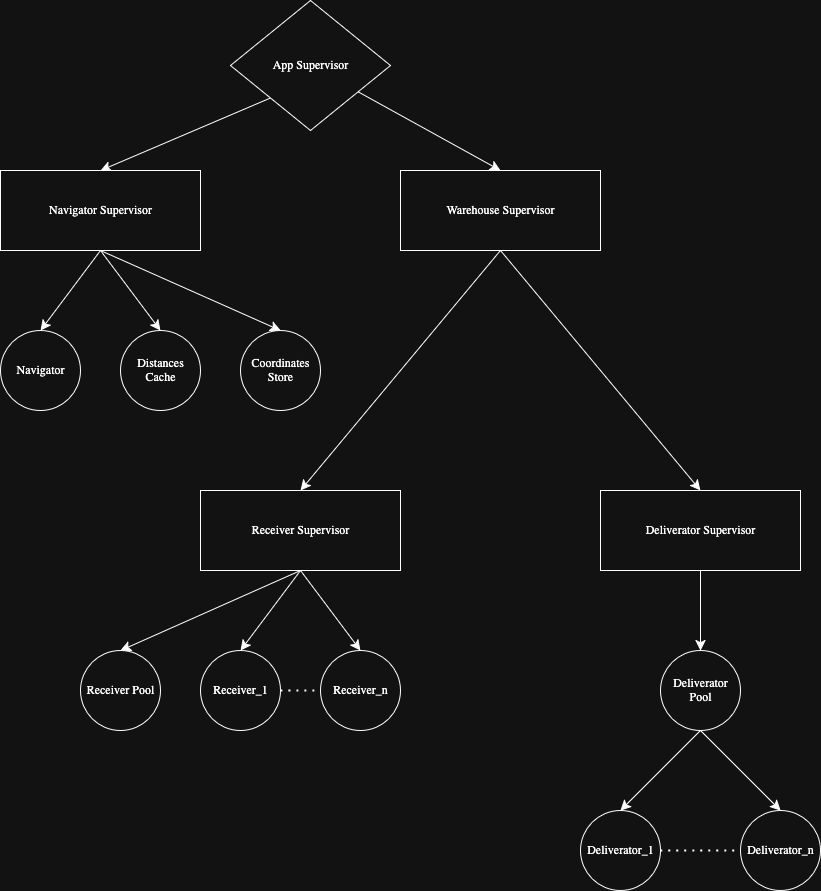
Earlier version of the draw.io export src/assets/cosanostra-supervision-tree.png (Athma-Vasi/cosanostra-delivery). Source tidied: cells renumbered, new cells last; positions are measured from the earlier drawing's top-left corner, leaving out a move shared by most shapes.
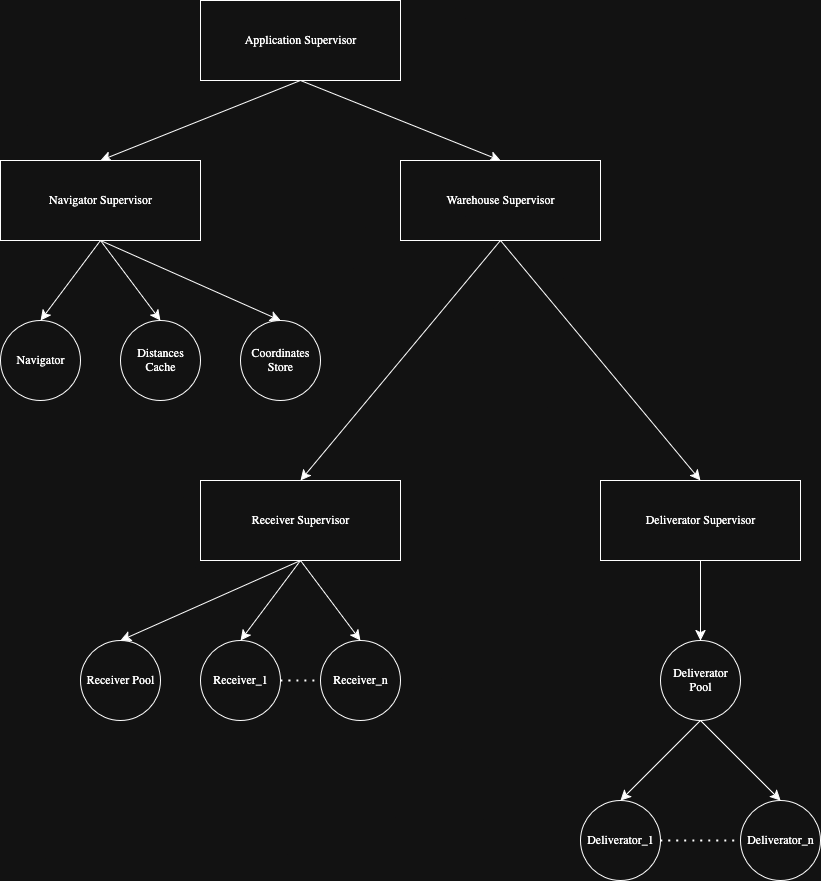
After the commit.

Commit message:
improve supervision tree diagram

Diff of the diagram source:
```diff
@@ -2,13 +2,13 @@
   <root>
     <mxCell id="0" />
     <mxCell id="1" parent="0" />
-    <mxCell id="2" style="endArrow=classic;html=1;rounded=0;fontSize=12;startSize=8;endSize=8;curved=1;exitX=0;exitY=1;exitDx=0;exitDy=0;entryX=0.5;entryY=0;entryDx=0;entryDy=0;" parent="1" edge="1" source="22" target="3">
+    <mxCell id="2" style="endArrow=classic;html=1;rounded=0;fontSize=12;startSize=8;endSize=8;curved=1;exitX=0.5;exitY=1;exitDx=0;exitDy=0;entryX=0.5;entryY=0;entryDx=0;entryDy=0;" parent="1" edge="1" source="31" target="3">
       <mxGeometry relative="1" as="geometry" />
     </mxCell>
     <mxCell id="3" value="Navigator Supervisor" style="rounded=0;whiteSpace=wrap;html=1;" parent="1" vertex="1">
       <mxGeometry y="170" width="200" height="80" as="geometry" />
     </mxCell>
-    <mxCell id="4" style="edgeStyle=none;curved=1;rounded=0;jettySize=auto;html=1;fontSize=12;startSize=8;endSize=8;entryX=0.5;entryY=0;entryDx=0;entryDy=0;" parent="1" edge="1" source="22" target="5">
+    <mxCell id="4" style="edgeStyle=none;curved=1;rounded=0;jettySize=auto;html=1;fontSize=12;startSize=8;endSize=8;entryX=0.5;entryY=0;entryDx=0;entryDy=0;exitX=0.5;exitY=1;exitDx=0;exitDy=0;" parent="1" edge="1" source="31" target="5">
       <mxGeometry relative="1" as="geometry" />
     </mxCell>
     <mxCell id="5" value="Warehouse Supervisor" style="rounded=0;whiteSpace=wrap;html=1;" parent="1" vertex="1">
@@ -62,9 +62,6 @@
     <mxCell id="21" style="endArrow=classic;html=1;rounded=0;fontSize=12;startSize=8;endSize=8;curved=1;entryX=0.5;entryY=0;entryDx=0;entryDy=0;exitX=0.5;exitY=1;exitDx=0;exitDy=0;" parent="1" edge="1" source="8" target="14">
       <mxGeometry relative="1" as="geometry" />
     </mxCell>
-    <mxCell id="22" value="App Supervisor" style="rhombus;whiteSpace=wrap;html=1;" parent="1" vertex="1">
-      <mxGeometry x="230" width="160" height="130" as="geometry" />
-    </mxCell>
     <mxCell id="23" value="Navigator" style="ellipse;whiteSpace=wrap;html=1;" parent="1" vertex="1">
       <mxGeometry y="330" width="80" height="80" as="geometry" />
     </mxCell>
@@ -89,5 +86,8 @@
     <mxCell id="30" style="endArrow=none;dashed=1;html=1;dashPattern=1 3;strokeWidth=2;rounded=0;fontSize=12;startSize=8;endSize=8;curved=1;entryX=0;entryY=0.5;entryDx=0;entryDy=0;exitX=1;exitY=0.5;exitDx=0;exitDy=0;" parent="1" edge="1" source="13" target="15">
       <mxGeometry relative="1" as="geometry" />
     </mxCell>
+    <mxCell id="31" value="Application Supervisor" style="rounded=0;whiteSpace=wrap;html=1;" parent="1" vertex="1">
+      <mxGeometry x="200" y="10" width="200" height="80" as="geometry" />
+    </mxCell>
   </root>
 </mxGraphModel>
```
